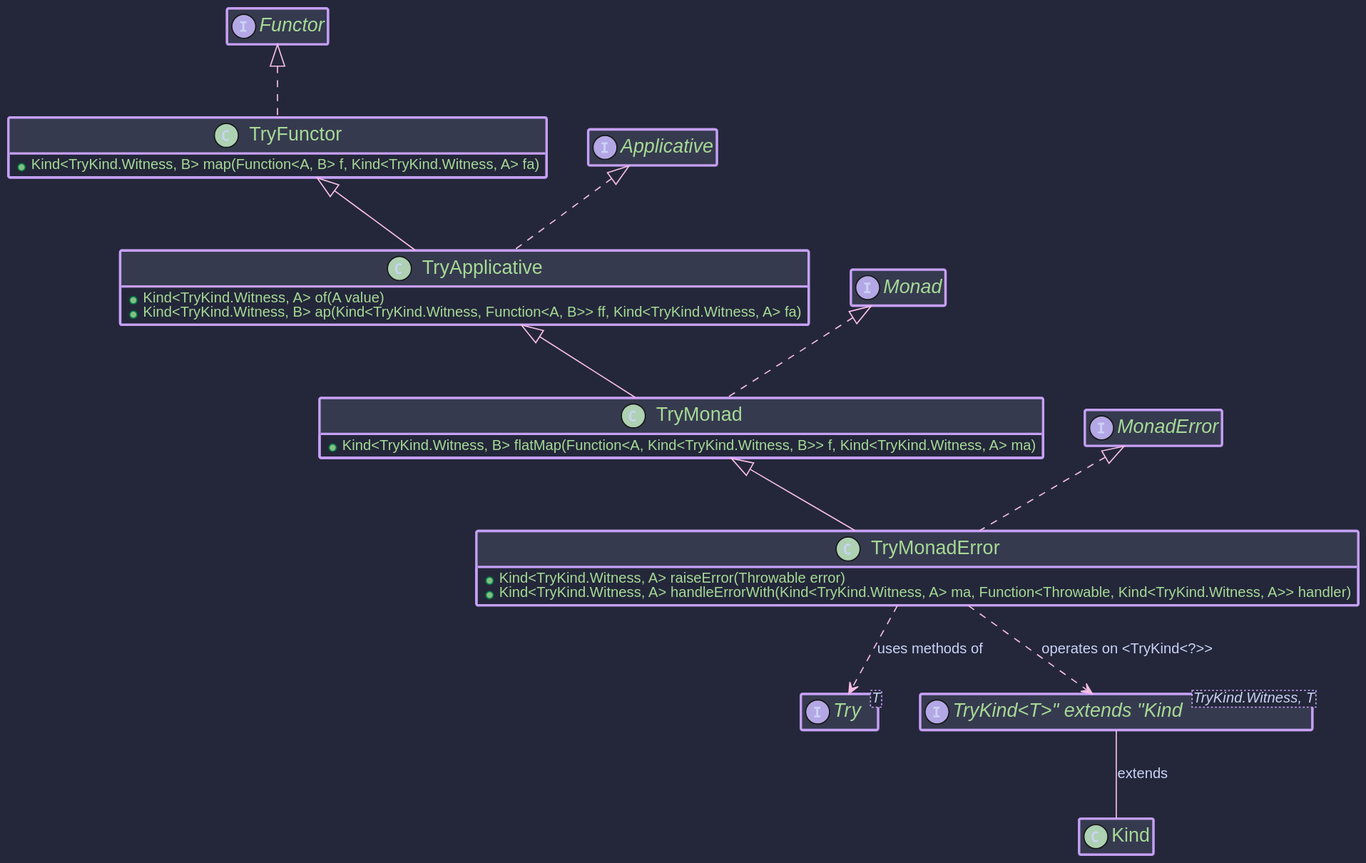
Above: hkj-book/src/images/puml/try_monad.svg in higher-kinded-j/higher-kinded-j (PlantUML), before the change.
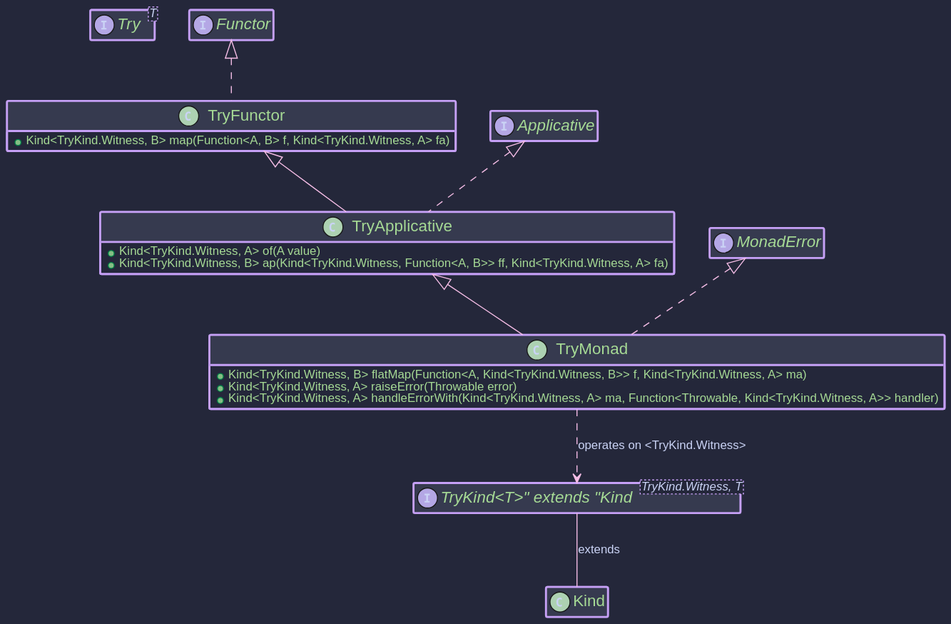
The same diagram one commit later.

What changed in the source:
```diff
@@ -9,23 +9,21 @@
 
 interface "TryKind<T>" extends "Kind<TryKind.Witness, T>" as TryKind
 
-class TryFunctor implements Functor<TryKind<?>> {
+class TryFunctor implements Functor<TryKind.Witness> {
   + Kind<TryKind.Witness, B> map(Function<A, B> f, Kind<TryKind.Witness, A> fa)
 }
-class TryApplicative extends TryFunctor implements Applicative<TryKind<?>> {
+class TryApplicative extends TryFunctor implements Applicative<TryKind.Witness> {
   + Kind<TryKind.Witness, A> of(A value)
   + Kind<TryKind.Witness, B> ap(Kind<TryKind.Witness, Function<A, B>> ff, Kind<TryKind.Witness, A> fa)
 }
-class TryMonad extends TryApplicative implements Monad<TryKind<?>> {
+class TryMonad extends TryApplicative implements MonadError<Kind<TryKind.Witness>, Throwable> {
   + Kind<TryKind.Witness, B> flatMap(Function<A, Kind<TryKind.Witness, B>> f, Kind<TryKind.Witness, A> ma)
+  + Kind<TryKind.Witness, A> raiseError(Throwable error)
+    + Kind<TryKind.Witness, A> handleErrorWith(Kind<TryKind.Witness, A> ma, Function<Throwable, Kind<TryKind.Witness, A>> handler)
 }
-class TryMonadError extends TryMonad implements MonadError<TryKind<?>, Throwable> {
-  + Kind<TryKind.Witness, A> raiseError(Throwable error)
-  + Kind<TryKind.Witness, A> handleErrorWith(Kind<TryKind.Witness, A> ma, Function<Throwable, Kind<TryKind.Witness, A>> handler)
-}
+
 
 TryKind -- Kind : extends
 
-TryMonadError ..> TryKind : operates on <TryKind<?>>
-TryMonadError ..> Try : uses methods of
+TryMonad ..> TryKind : operates on <TryKind.Witness>
 @enduml
```
